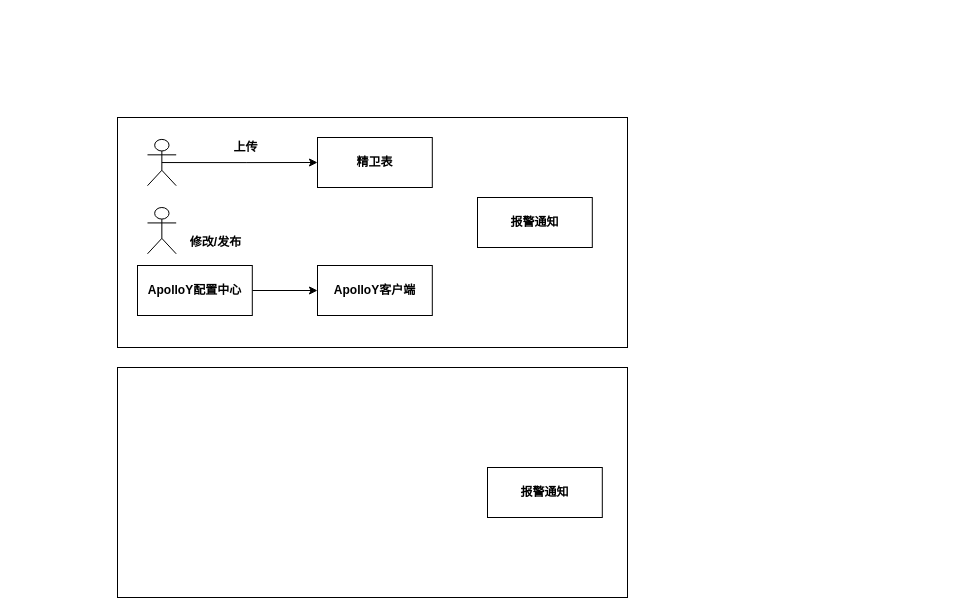
Earlier version of the draw.io diagram 大麦任务监控.drawio (mineminemine123/work-wiki). Source tidied: cells renumbered, new cells numbered last; positions are measured from the earlier drawing's top-left corner, leaving out a move shared by most shapes. Both pictures are drawn from the tidied source at 100%, with x=0, y=0 at pixel (117, 117).
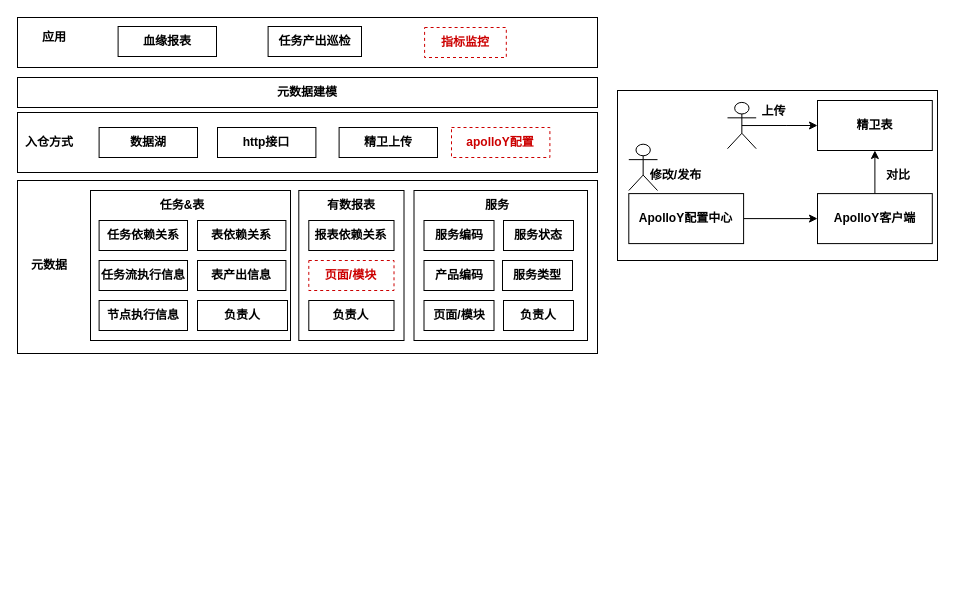
Above is the later version.

Commit message:
更新大麦任务监控.drawio

Change to the diagram source:
```diff
@@
-    <mxCell id="2" style="rounded=0;whiteSpace=wrap;html=1;" parent="1" vertex="1">
-      <mxGeometry width="510" height="230" as="geometry" />
-    </mxCell>
+    <mxCell id="15" value="&lt;h4&gt;&lt;br&gt;&lt;/h4&gt;" style="rounded=0;whiteSpace=wrap;html=1;fontFamily=微软雅黑;" parent="1" vertex="1">
+      <mxGeometry x="-100" y="63" width="580" height="173" as="geometry" />
+    </mxCell>
+    <mxCell id="16" value="&lt;h4&gt;&lt;br&gt;&lt;/h4&gt;" style="rounded=0;whiteSpace=wrap;html=1;fontFamily=微软雅黑;" parent="1" vertex="1">
+      <mxGeometry x="-100" y="-100" width="580" height="50" as="geometry" />
+    </mxCell>
+    <mxCell id="12" value="&lt;h4&gt;血缘报表&lt;/h4&gt;" style="rounded=0;whiteSpace=wrap;html=1;fontFamily=微软雅黑;" parent="1" vertex="1">
+      <mxGeometry x="0.6" y="-91" width="98.4" height="30" as="geometry" />
+    </mxCell>
+    <mxCell id="17" value="&lt;h4&gt;任务产出巡检&lt;/h4&gt;" style="rounded=0;whiteSpace=wrap;html=1;fontFamily=微软雅黑;" parent="1" vertex="1">
+      <mxGeometry x="150.6" y="-91" width="93.4" height="30" as="geometry" />
+    </mxCell>
+    <mxCell id="18" value="&lt;h4&gt;&lt;br&gt;&lt;/h4&gt;" style="rounded=0;whiteSpace=wrap;html=1;fontFamily=微软雅黑;" parent="1" vertex="1">
+      <mxGeometry x="181.3" y="73" width="105.2" height="150" as="geometry" />
+    </mxCell>
+    <mxCell id="19" value="&lt;h4&gt;&lt;br&gt;&lt;/h4&gt;" style="rounded=0;whiteSpace=wrap;html=1;fontFamily=微软雅黑;" parent="1" vertex="1">
+      <mxGeometry x="-27" y="73" width="200" height="150" as="geometry" />
+    </mxCell>
+    <mxCell id="20" value="&lt;h4 style=&quot;border-color: var(--border-color);&quot;&gt;页面/模块&lt;/h4&gt;" style="rounded=0;whiteSpace=wrap;html=1;fontFamily=微软雅黑;fontColor=#CC0000;dashed=1;strokeColor=#CC0000;" parent="1" vertex="1">
+      <mxGeometry x="191.3" y="143" width="85.2" height="30" as="geometry" />
+    </mxCell>
+    <mxCell id="21" value="&lt;h4&gt;报表依赖关系&lt;/h4&gt;" style="rounded=0;whiteSpace=wrap;html=1;fontFamily=微软雅黑;" parent="1" vertex="1">
+      <mxGeometry x="191.3" y="103" width="85.2" height="30" as="geometry" />
+    </mxCell>
+    <mxCell id="22" value="&lt;h4&gt;任务依赖关系&lt;/h4&gt;" style="rounded=0;whiteSpace=wrap;html=1;fontFamily=微软雅黑;" parent="1" vertex="1">
+      <mxGeometry x="-18.4" y="103" width="88.4" height="30" as="geometry" />
+    </mxCell>
+    <mxCell id="23" value="&lt;h4&gt;任务流执行信息&lt;/h4&gt;" style="rounded=0;whiteSpace=wrap;html=1;fontFamily=微软雅黑;" parent="1" vertex="1">
+      <mxGeometry x="-18.4" y="143" width="88.4" height="30" as="geometry" />
+    </mxCell>
+    <mxCell id="24" value="&lt;h4&gt;节点执行信息&lt;/h4&gt;" style="rounded=0;whiteSpace=wrap;html=1;fontFamily=微软雅黑;" parent="1" vertex="1">
+      <mxGeometry x="-18.4" y="183" width="88.4" height="30" as="geometry" />
+    </mxCell>
+    <mxCell id="25" value="&lt;h4&gt;负责人&lt;/h4&gt;" style="rounded=0;whiteSpace=wrap;html=1;fontFamily=微软雅黑;" parent="1" vertex="1">
+      <mxGeometry x="191.3" y="183" width="85.2" height="30" as="geometry" />
+    </mxCell>
+    <mxCell id="26" value="任务&amp;amp;表" style="text;html=1;strokeColor=none;fillColor=none;align=center;verticalAlign=middle;whiteSpace=wrap;rounded=0;fontStyle=1;fontFamily=微软雅黑;" parent="1" vertex="1">
+      <mxGeometry x="34.8" y="73" width="60" height="30" as="geometry" />
+    </mxCell>
+    <mxCell id="27" value="有数报表" style="text;html=1;strokeColor=none;fillColor=none;align=center;verticalAlign=middle;whiteSpace=wrap;rounded=0;fontStyle=1;fontFamily=微软雅黑;" parent="1" vertex="1">
+      <mxGeometry x="203.9" y="73" width="60" height="30" as="geometry" />
+    </mxCell>
+    <mxCell id="28" value="&lt;h4&gt;&lt;br&gt;&lt;/h4&gt;" style="rounded=0;whiteSpace=wrap;html=1;fontFamily=微软雅黑;" parent="1" vertex="1">
+      <mxGeometry x="296.5" y="73" width="173.5" height="150" as="geometry" />
+    </mxCell>
+    <mxCell id="29" value="&lt;h4&gt;产品编码&lt;/h4&gt;" style="rounded=0;whiteSpace=wrap;html=1;fontFamily=微软雅黑;" parent="1" vertex="1">
+      <mxGeometry x="306.5" y="143" width="70" height="30" as="geometry" />
+    </mxCell>
+    <mxCell id="30" value="&lt;h4&gt;服务编码&lt;/h4&gt;" style="rounded=0;whiteSpace=wrap;html=1;fontFamily=微软雅黑;" parent="1" vertex="1">
+      <mxGeometry x="306.5" y="103" width="70" height="30" as="geometry" />
+    </mxCell>
+    <mxCell id="31" value="&lt;h4 style=&quot;border-color: var(--border-color);&quot;&gt;页面/模块&lt;/h4&gt;" style="rounded=0;whiteSpace=wrap;html=1;fontFamily=微软雅黑;" parent="1" vertex="1">
+      <mxGeometry x="306.5" y="183" width="70" height="30" as="geometry" />
+    </mxCell>
+    <mxCell id="32" value="服务" style="text;html=1;strokeColor=none;fillColor=none;align=center;verticalAlign=middle;whiteSpace=wrap;rounded=0;fontStyle=1;fontFamily=微软雅黑;" parent="1" vertex="1">
+      <mxGeometry x="350" y="73" width="60" height="30" as="geometry" />
+    </mxCell>
+    <mxCell id="33" value="&lt;h4&gt;服务状态&lt;/h4&gt;" style="rounded=0;whiteSpace=wrap;html=1;fontFamily=微软雅黑;" parent="1" vertex="1">
+      <mxGeometry x="386" y="103" width="70" height="30" as="geometry" />
+    </mxCell>
+    <mxCell id="34" value="&lt;h4&gt;服务类型&lt;/h4&gt;" style="rounded=0;whiteSpace=wrap;html=1;fontFamily=微软雅黑;" parent="1" vertex="1">
+      <mxGeometry x="385" y="143" width="70" height="30" as="geometry" />
+    </mxCell>
+    <mxCell id="35" value="&lt;h4&gt;负责人&lt;/h4&gt;" style="rounded=0;whiteSpace=wrap;html=1;fontFamily=微软雅黑;" parent="1" vertex="1">
+      <mxGeometry x="386" y="183" width="70" height="30" as="geometry" />
+    </mxCell>
+    <mxCell id="36" value="&lt;h4&gt;表依赖关系&lt;/h4&gt;" style="rounded=0;whiteSpace=wrap;html=1;fontFamily=微软雅黑;" parent="1" vertex="1">
+      <mxGeometry x="80" y="103" width="88.4" height="30" as="geometry" />
+    </mxCell>
+    <mxCell id="37" value="&lt;h4&gt;表产出信息&lt;/h4&gt;" style="rounded=0;whiteSpace=wrap;html=1;fontFamily=微软雅黑;" parent="1" vertex="1">
+      <mxGeometry x="80" y="143" width="88.4" height="30" as="geometry" />
+    </mxCell>
+    <mxCell id="38" value="&lt;h4&gt;负责人&lt;/h4&gt;" style="rounded=0;whiteSpace=wrap;html=1;fontFamily=微软雅黑;" parent="1" vertex="1">
+      <mxGeometry x="80" y="183" width="90" height="30" as="geometry" />
+    </mxCell>
+    <mxCell id="39" value="&lt;h4&gt;&lt;font color=&quot;#cc0000&quot;&gt;指标监控&lt;/font&gt;&lt;/h4&gt;" style="rounded=0;whiteSpace=wrap;html=1;fontFamily=微软雅黑;fillColor=none;strokeColor=#CC0000;dashed=1;" parent="1" vertex="1">
+      <mxGeometry x="307.1" y="-90" width="81.7" height="30" as="geometry" />
+    </mxCell>
+    <mxCell id="40" value="&lt;h4&gt;&lt;br&gt;&lt;/h4&gt;" style="rounded=0;whiteSpace=wrap;html=1;fontFamily=微软雅黑;" parent="1" vertex="1">
+      <mxGeometry x="-100" y="-5" width="580" height="60" as="geometry" />
+    </mxCell>
+    <mxCell id="41" value="&lt;h4&gt;数据湖&lt;/h4&gt;" style="rounded=0;whiteSpace=wrap;html=1;fontFamily=微软雅黑;" parent="1" vertex="1">
+      <mxGeometry x="-18.4" y="10" width="98.4" height="30" as="geometry" />
+    </mxCell>
+    <mxCell id="42" value="&lt;h4&gt;http接口&lt;/h4&gt;" style="rounded=0;whiteSpace=wrap;html=1;fontFamily=微软雅黑;" parent="1" vertex="1">
+      <mxGeometry x="100" y="10" width="98.4" height="30" as="geometry" />
+    </mxCell>
+    <mxCell id="43" value="&lt;h4&gt;精卫上传&lt;/h4&gt;" style="rounded=0;whiteSpace=wrap;html=1;fontFamily=微软雅黑;" parent="1" vertex="1">
+      <mxGeometry x="221.6" y="10" width="98.4" height="30" as="geometry" />
+    </mxCell>
+    <mxCell id="44" value="&lt;h4&gt;&lt;font color=&quot;#cc0000&quot;&gt;apolloY配置&lt;/font&gt;&lt;/h4&gt;" style="rounded=0;whiteSpace=wrap;html=1;fontFamily=微软雅黑;fillColor=none;dashed=1;strokeColor=#CC0000;" parent="1" vertex="1">
+      <mxGeometry x="334" y="10" width="98.4" height="30" as="geometry" />
+    </mxCell>
+    <mxCell id="45" value="&lt;h4&gt;元数据建模&lt;/h4&gt;" style="rounded=0;whiteSpace=wrap;html=1;fontFamily=微软雅黑;" parent="1" vertex="1">
+      <mxGeometry x="-100" y="-40" width="580" height="30" as="geometry" />
+    </mxCell>
+    <mxCell id="46" value="应用" style="text;html=1;strokeColor=none;fillColor=none;align=center;verticalAlign=middle;whiteSpace=wrap;rounded=0;fontStyle=1;fontFamily=微软雅黑;" parent="1" vertex="1">
+      <mxGeometry x="-93" y="-95" width="60" height="30" as="geometry" />
+    </mxCell>
+    <mxCell id="47" value="入仓方式" style="text;html=1;strokeColor=none;fillColor=none;align=center;verticalAlign=middle;whiteSpace=wrap;rounded=0;fontStyle=1;fontFamily=微软雅黑;" parent="1" vertex="1">
+      <mxGeometry x="-97.7" y="10" width="60" height="30" as="geometry" />
+    </mxCell>
+    <mxCell id="48" value="元数据" style="text;html=1;strokeColor=none;fillColor=none;align=center;verticalAlign=middle;whiteSpace=wrap;rounded=0;fontStyle=1;fontFamily=微软雅黑;" parent="1" vertex="1">
+      <mxGeometry x="-97.7" y="133" width="60" height="30" as="geometry" />
+    </mxCell>
+    <mxCell id="49" style="rounded=0;whiteSpace=wrap;html=1;" parent="1" vertex="1">
+      <mxGeometry x="500" y="-27" width="320" height="170" as="geometry" />
+    </mxCell>
@@
     <mxCell id="4" value="&lt;h4&gt;ApolloY配置中心&lt;/h4&gt;" style="rounded=0;whiteSpace=wrap;html=1;fontFamily=微软雅黑;" parent="1" vertex="1">
-      <mxGeometry x="20" y="148" width="114.8" height="50" as="geometry" />
+      <mxGeometry x="511.3" y="76.1" width="114.8" height="50" as="geometry" />
     </mxCell>
     <mxCell id="5" value="&lt;h4&gt;修改/发布&lt;/h4&gt;" style="text;html=1;strokeColor=none;fillColor=none;align=center;verticalAlign=middle;whiteSpace=wrap;rounded=0;fontFamily=微软雅黑;" parent="1" vertex="1">
-      <mxGeometry x="70" y="113.1" width="57.4" height="23.1" as="geometry" />
+      <mxGeometry x="530" y="46.4" width="57.4" height="23.1" as="geometry" />
     </mxCell>
-    <mxCell id="6" style="shape=umlActor;verticalLabelPosition=bottom;verticalAlign=top;html=1;fontFamily=微软雅黑;" parent="1" vertex="1">
-      <mxGeometry x="30" y="90" width="28.7" height="46.3" as="geometry" />
-    </mxCell>
+    <mxCell id="50" style="shape=umlActor;verticalLabelPosition=bottom;verticalAlign=top;html=1;fontFamily=微软雅黑;" parent="1" vertex="1">
+      <mxGeometry x="511.3" y="26.7" width="28.7" height="46.3" as="geometry" />
+    </mxCell>
+    <mxCell id="51" style="edgeStyle=orthogonalEdgeStyle;rounded=0;jettySize=auto;html=1;exitX=0.5;exitY=0;exitDx=0;exitDy=0;" parent="1" edge="1" source="7" target="8">
+      <mxGeometry relative="1" as="geometry" />
+    </mxCell>
     <mxCell id="7" value="&lt;h4&gt;ApolloY客户端&lt;/h4&gt;" style="rounded=0;whiteSpace=wrap;html=1;fontFamily=微软雅黑;" parent="1" vertex="1">
-      <mxGeometry x="200" y="148" width="114.8" height="50" as="geometry" />
+      <mxGeometry x="700" y="76.1" width="114.8" height="50" as="geometry" />
     </mxCell>
     <mxCell id="8" value="&lt;h4&gt;精卫表&lt;/h4&gt;" style="rounded=0;whiteSpace=wrap;html=1;fontFamily=微软雅黑;" parent="1" vertex="1">
-      <mxGeometry x="200" y="20" width="114.8" height="50" as="geometry" />
+      <mxGeometry x="700" y="-17" width="114.8" height="50" as="geometry" />
     </mxCell>
-    <mxCell id="9" style="edgeStyle=orthogonalEdgeStyle;rounded=0;jettySize=auto;html=1;exitX=0.5;exitY=0.5;exitDx=0;exitDy=0;exitPerimeter=0;" parent="1" edge="1" source="10" target="8">
-      <mxGeometry relative="1" as="geometry" />
-    </mxCell>
-    <mxCell id="10" style="shape=umlActor;verticalLabelPosition=bottom;verticalAlign=top;html=1;outlineConnect=0;fontFamily=微软雅黑;" parent="1" vertex="1">
-      <mxGeometry x="30" y="21.9" width="28.7" height="46.3" as="geometry" />
-    </mxCell>
+    <mxCell id="52" style="edgeStyle=orthogonalEdgeStyle;rounded=0;jettySize=auto;html=1;exitX=0.5;exitY=0.5;exitDx=0;exitDy=0;exitPerimeter=0;" parent="1" edge="1" source="53" target="8">
+      <mxGeometry relative="1" as="geometry" />
+    </mxCell>
+    <mxCell id="53" style="shape=umlActor;verticalLabelPosition=bottom;verticalAlign=top;html=1;outlineConnect=0;fontFamily=微软雅黑;" parent="1" vertex="1">
+      <mxGeometry x="610" y="-15.1" width="28.7" height="46.3" as="geometry" />
+    </mxCell>
     <mxCell id="11" value="&lt;h4&gt;上传&lt;/h4&gt;" style="text;html=1;strokeColor=none;fillColor=none;align=center;verticalAlign=middle;whiteSpace=wrap;rounded=0;fontFamily=微软雅黑;" parent="1" vertex="1">
-      <mxGeometry x="100" y="18.2" width="57.4" height="23.1" as="geometry" />
+      <mxGeometry x="628.4" y="-18" width="57.4" height="23.1" as="geometry" />
     </mxCell>
-    <mxCell id="12" value="&lt;h4&gt;报警通知&lt;/h4&gt;" style="rounded=0;whiteSpace=wrap;html=1;fontFamily=微软雅黑;" parent="1" vertex="1">
-      <mxGeometry x="360" y="80" width="114.8" height="50" as="geometry" />
-    </mxCell>
-    <mxCell id="13" style="rounded=0;whiteSpace=wrap;html=1;" parent="1" vertex="1">
-      <mxGeometry y="250" width="510" height="230" as="geometry" />
-    </mxCell>
-    <mxCell id="14" value="&lt;h4&gt;报警通知&lt;/h4&gt;" style="rounded=0;whiteSpace=wrap;html=1;fontFamily=微软雅黑;" parent="1" vertex="1">
-      <mxGeometry x="370" y="350" width="114.8" height="50" as="geometry" />
-    </mxCell>
+    <mxCell id="54" value="对比" style="text;html=1;strokeColor=none;fillColor=none;align=center;verticalAlign=middle;whiteSpace=wrap;rounded=0;fontFamily=微软雅黑;fontStyle=1;" parent="1" vertex="1">
+      <mxGeometry x="750.7" y="43" width="60" height="30" as="geometry" />
+    </mxCell>
```
